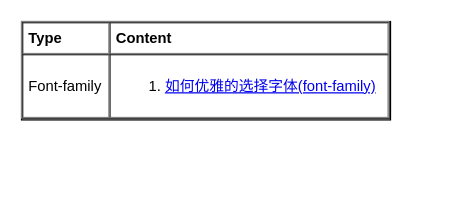
The draw.io diagram page "References" (9 of 9) of ux/ux.drawio in yangdj/tf_docs, before the edit. Source tidied: cells renumbered, new cells numbered last; positions are measured from the earlier drawing's top-left corner, leaving out a move shared by most shapes. Both pictures are drawn from the tidied source at 123%, with x=0, y=0 at pixel (21, 21).
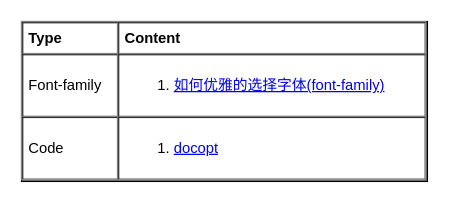
Above is the later version.

Diff of the diagram source:
```diff
@@
 <mxGraphModel>
   <root>
     <mxCell id="0" />
     <mxCell id="1" parent="0" />
-    <mxCell id="2" value="&lt;table cellpadding=&quot;4&quot; cellspacing=&quot;0&quot; border=&quot;1&quot; style=&quot;font-size: 1em ; width: 100% ; height: 100%&quot;&gt;&lt;tbody&gt;&lt;tr&gt;&lt;th&gt;Type&lt;/th&gt;&lt;th&gt;Content&lt;/th&gt;&lt;/tr&gt;&lt;tr&gt;&lt;td&gt;Font-family&lt;/td&gt;&lt;td&gt;&lt;ol&gt;&lt;li&gt;&lt;a href=&quot;https://zhuanlan.zhihu.com/p/139652407&quot;&gt;如何优雅的选择字体(font-family)&lt;/a&gt;&lt;/li&gt;&lt;/ol&gt;&lt;/td&gt;&lt;/tr&gt;&lt;/tbody&gt;&lt;/table&gt; " style="verticalAlign=top;align=left;overflow=fill;fontSize=12;fontFamily=Helvetica;html=1;" parent="1" vertex="1">
-      <mxGeometry width="300" height="80" as="geometry" />
+    <mxCell id="2" value="&lt;table cellpadding=&quot;4&quot; cellspacing=&quot;0&quot; border=&quot;1&quot; style=&quot;font-size: 1em ; width: 100% ; height: 100%&quot;&gt;&lt;tbody&gt;&lt;tr&gt;&lt;th&gt;Type&lt;/th&gt;&lt;th&gt;Content&lt;/th&gt;&lt;/tr&gt;&lt;tr&gt;&lt;td&gt;Font-family&lt;/td&gt;&lt;td&gt;&lt;ol&gt;&lt;li&gt;&lt;a href=&quot;https://zhuanlan.zhihu.com/p/139652407&quot;&gt;如何优雅的选择字体(font-family)&lt;/a&gt;&lt;/li&gt;&lt;/ol&gt;&lt;/td&gt;&lt;/tr&gt;&lt;tr&gt;&lt;td&gt;Code&lt;/td&gt;&lt;td&gt;&lt;ol&gt;&lt;li&gt;&lt;a href=&quot;http://docopt.org/&quot;&gt;docopt&lt;/a&gt;&lt;br&gt;&lt;/li&gt;&lt;/ol&gt;&lt;/td&gt;&lt;/tr&gt;&lt;/tbody&gt;&lt;/table&gt; " style="verticalAlign=top;align=left;overflow=fill;fontSize=12;fontFamily=Helvetica;html=1;" parent="1" vertex="1">
+      <mxGeometry width="330" height="130" as="geometry" />
     </mxCell>
   </root>
 </mxGraphModel>
```
